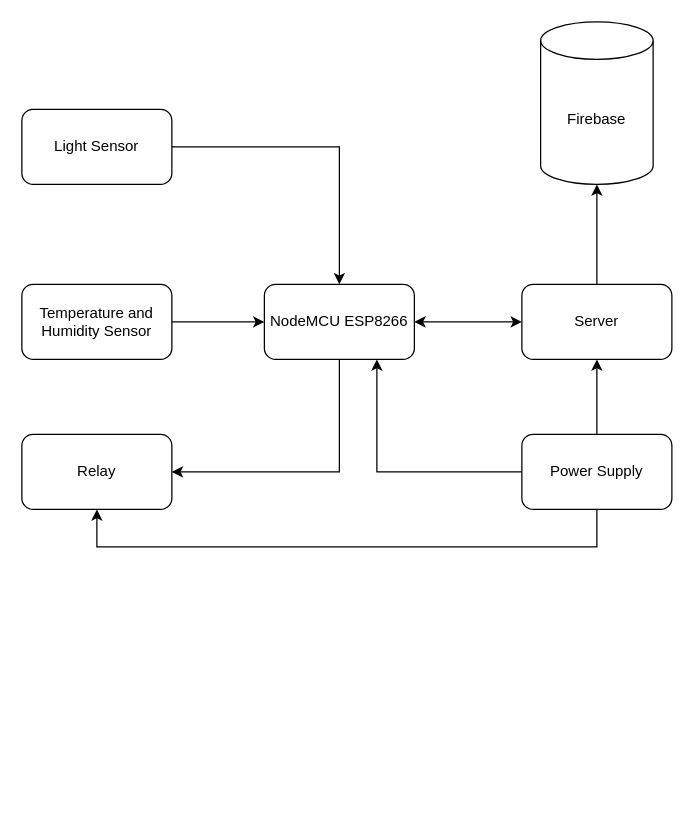
Earlier version of the draw.io diagram Biểu đồ không có tiêu đề.drawio (vuconfused/NotesApp). Source tidied: cells renumbered, new cells numbered last; positions are measured from the earlier drawing's top-left corner, leaving out a move shared by most shapes. Both pictures are drawn from the tidied source at 125%, with x=0, y=0 at pixel (21, 21).
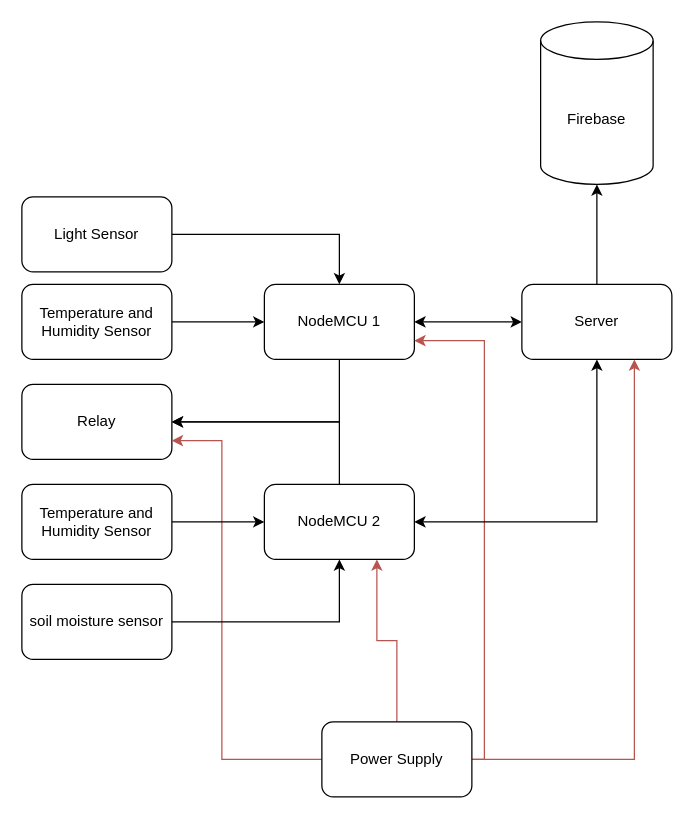
The same page after the edit.

Commit message (it also covers changes not shown here):
Cập nhật Biểu đồ không có tiêu đề.drawio

The change refers to these unchanged cells:
```xml
<mxCell id="7" value="Server" style="rounded=1;whiteSpace=wrap;html=1;" parent="1" vertex="1">
  <mxGeometry x="400" y="210" width="120" height="60" as="geometry" />
</mxCell>
```

What changed in the source:
```diff
@@
     <mxCell id="3" style="edgeStyle=orthogonalEdgeStyle;rounded=0;jettySize=auto;html=1;entryX=1;entryY=0.5;entryDx=0;entryDy=0;" parent="1" edge="1" source="4" target="12">
       <mxGeometry relative="1" as="geometry">
         <Array as="points">
-          <mxPoint x="254" y="360" />
+          <mxPoint x="254" y="320" />
         </Array>
       </mxGeometry>
     </mxCell>
-    <mxCell id="4" value="NodeMCU ESP8266" style="rounded=1;whiteSpace=wrap;html=1;" parent="1" vertex="1">
+    <mxCell id="4" value="NodeMCU 1" style="rounded=1;whiteSpace=wrap;html=1;" parent="1" vertex="1">
       <mxGeometry x="194" y="210" width="120" height="60" as="geometry" />
     </mxCell>
@@
     <mxCell id="9" value="Light Sensor" style="rounded=1;whiteSpace=wrap;html=1;" parent="1" vertex="1">
-      <mxGeometry y="70" width="120" height="60" as="geometry" />
+      <mxGeometry y="140" width="120" height="60" as="geometry" />
     </mxCell>
@@
     <mxCell id="12" value="Relay" style="rounded=1;whiteSpace=wrap;html=1;" parent="1" vertex="1">
-      <mxGeometry y="330" width="120" height="60" as="geometry" />
+      <mxGeometry y="290" width="120" height="60" as="geometry" />
     </mxCell>
-    <mxCell id="13" style="edgeStyle=orthogonalEdgeStyle;rounded=0;jettySize=auto;html=1;entryX=0.5;entryY=1;entryDx=0;entryDy=0;" parent="1" edge="1" source="16" target="7">
+    <mxCell id="13" style="edgeStyle=orthogonalEdgeStyle;rounded=0;jettySize=auto;html=1;entryX=0.75;entryY=1;entryDx=0;entryDy=0;fillColor=#f8cecc;strokeColor=#b85450;" parent="1" edge="1" source="16" target="7">
       <mxGeometry relative="1" as="geometry" />
     </mxCell>
-    <mxCell id="14" style="edgeStyle=orthogonalEdgeStyle;rounded=0;jettySize=auto;html=1;entryX=0.75;entryY=1;entryDx=0;entryDy=0;" parent="1" edge="1" source="16" target="4">
-      <mxGeometry relative="1" as="geometry" />
+    <mxCell id="14" style="edgeStyle=orthogonalEdgeStyle;rounded=0;jettySize=auto;html=1;entryX=1;entryY=0.75;entryDx=0;entryDy=0;fillColor=#f8cecc;strokeColor=#b85450;" parent="1" edge="1" source="16" target="4">
+      <mxGeometry relative="1" as="geometry">
+        <Array as="points">
+          <mxPoint x="370" y="590" />
+          <mxPoint x="370" y="255" />
+        </Array>
+      </mxGeometry>
     </mxCell>
+    <mxCell id="17" style="edgeStyle=orthogonalEdgeStyle;rounded=0;jettySize=auto;html=1;entryX=0.75;entryY=1;entryDx=0;entryDy=0;fillColor=#f8cecc;strokeColor=#b85450;" parent="1" edge="1" source="16" target="20">
+      <mxGeometry relative="1" as="geometry" />
+    </mxCell>
-    <mxCell id="15" style="edgeStyle=orthogonalEdgeStyle;rounded=0;jettySize=auto;html=1;entryX=0.5;entryY=1;entryDx=0;entryDy=0;" parent="1" edge="1" source="16" target="12">
+    <mxCell id="15" style="edgeStyle=orthogonalEdgeStyle;rounded=0;jettySize=auto;html=1;entryX=1;entryY=0.75;entryDx=0;entryDy=0;fillColor=#f8cecc;strokeColor=#b85450;" parent="1" edge="1" source="16" target="12">
       <mxGeometry relative="1" as="geometry">
         <Array as="points">
-          <mxPoint x="460" y="420" />
-          <mxPoint x="60" y="420" />
+          <mxPoint x="160" y="590" />
+          <mxPoint x="160" y="335" />
         </Array>
       </mxGeometry>
     </mxCell>
     <mxCell id="16" value="Power Supply" style="rounded=1;whiteSpace=wrap;html=1;" parent="1" vertex="1">
-      <mxGeometry x="400" y="330" width="120" height="60" as="geometry" />
+      <mxGeometry x="240" y="560" width="120" height="60" as="geometry" />
     </mxCell>
+    <mxCell id="18" style="edgeStyle=orthogonalEdgeStyle;rounded=0;jettySize=auto;html=1;entryX=0.5;entryY=1;entryDx=0;entryDy=0;startArrow=classic;startFill=1;" parent="1" edge="1" source="20" target="7">
+      <mxGeometry relative="1" as="geometry" />
+    </mxCell>
+    <mxCell id="19" style="edgeStyle=orthogonalEdgeStyle;rounded=0;jettySize=auto;html=1;entryX=1;entryY=0.5;entryDx=0;entryDy=0;" parent="1" edge="1" source="20" target="12">
+      <mxGeometry relative="1" as="geometry">
+        <Array as="points">
+          <mxPoint x="254" y="320" />
+        </Array>
+      </mxGeometry>
+    </mxCell>
+    <mxCell id="20" value="NodeMCU 2" style="rounded=1;whiteSpace=wrap;html=1;" parent="1" vertex="1">
+      <mxGeometry x="194" y="370" width="120" height="60" as="geometry" />
+    </mxCell>
+    <mxCell id="21" style="edgeStyle=orthogonalEdgeStyle;rounded=0;jettySize=auto;html=1;entryX=0;entryY=0.5;entryDx=0;entryDy=0;" parent="1" edge="1" source="22" target="20">
+      <mxGeometry relative="1" as="geometry" />
+    </mxCell>
+    <mxCell id="22" value="Temperature and Humidity Sensor" style="rounded=1;whiteSpace=wrap;html=1;" parent="1" vertex="1">
+      <mxGeometry y="370" width="120" height="60" as="geometry" />
+    </mxCell>
+    <mxCell id="23" style="edgeStyle=orthogonalEdgeStyle;rounded=0;jettySize=auto;html=1;entryX=0.5;entryY=1;entryDx=0;entryDy=0;" parent="1" edge="1" source="24" target="20">
+      <mxGeometry relative="1" as="geometry" />
+    </mxCell>
+    <mxCell id="24" value="soil moisture sensor" style="rounded=1;whiteSpace=wrap;html=1;" parent="1" vertex="1">
+      <mxGeometry y="450" width="120" height="60" as="geometry" />
+    </mxCell>
```
